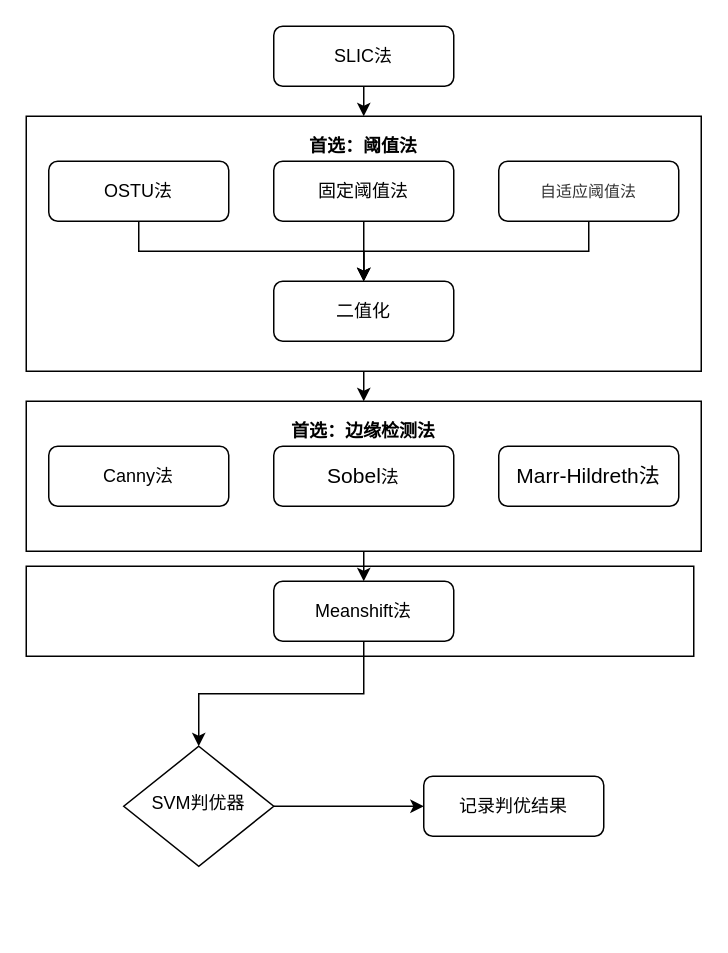
kuirh/xmldaotu keeps this draw.io diagram as 二值化.drawio. Above is the earlier version. Source tidied: cells renumbered, new cells numbered last; positions are measured from the earlier drawing's top-left corner, leaving out a move shared by most shapes. Both pictures are drawn from the tidied source at 150%, with x=0, y=0 at pixel (26, 26).
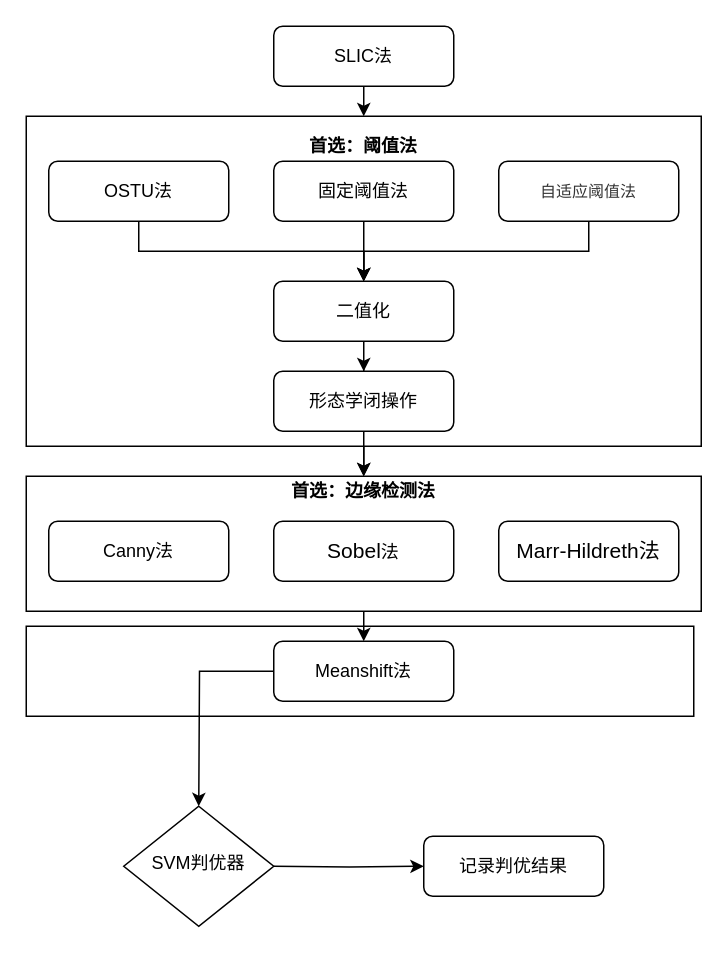
The same diagram, later.

Unchanged cells that the change refers to:
```xml
<mxCell id="8" value="二值化" style="rounded=1;whiteSpace=wrap;html=1;fontSize=12;glass=0;strokeWidth=1;shadow=0;" parent="1" vertex="1">
  <mxGeometry x="165" y="170" width="120" height="40" as="geometry" />
</mxCell>
```

Change to the diagram source:
```diff
@@
     <mxCell id="2" style="rounded=0;whiteSpace=wrap;html=1;" parent="1" vertex="1">
-      <mxGeometry y="360" width="445" height="60" as="geometry" />
+      <mxGeometry y="400" width="445" height="60" as="geometry" />
     </mxCell>
@@
     <mxCell id="4" style="rounded=0;whiteSpace=wrap;html=1;" parent="1" vertex="1">
-      <mxGeometry y="250" width="450" height="100" as="geometry" />
+      <mxGeometry y="300" width="450" height="90" as="geometry" />
     </mxCell>
-    <mxCell id="5" style="edgeStyle=orthogonalEdgeStyle;rounded=0;jettySize=auto;html=1;exitX=0.5;exitY=1;exitDx=0;exitDy=0;entryX=0.5;entryY=0;entryDx=0;entryDy=0;" parent="1" edge="1" source="6" target="4">
+    <mxCell id="5" style="edgeStyle=orthogonalEdgeStyle;rounded=0;jettySize=auto;html=1;exitX=0.5;exitY=1;exitDx=0;exitDy=0;entryX=0.5;entryY=0;entryDx=0;entryDy=0;" parent="1" edge="1" source="28" target="4">
       <mxGeometry relative="1" as="geometry" />
     </mxCell>
     <mxCell id="6" style="rounded=0;whiteSpace=wrap;html=1;" parent="1" vertex="1">
-      <mxGeometry y="60" width="450" height="170" as="geometry" />
+      <mxGeometry y="60" width="450" height="220" as="geometry" />
     </mxCell>
     <mxCell id="7" value="&lt;p class=&quot;MsoNormal&quot;&gt;&lt;span style=&quot;font-size: 10.5000pt&quot;&gt;&lt;font face=&quot;Calibri&quot;&gt;Marr-Hildreth法&lt;/font&gt;&lt;/span&gt;&lt;/p&gt;" style="rounded=1;whiteSpace=wrap;html=1;fontSize=12;glass=0;strokeWidth=1;shadow=0;" parent="1" vertex="1">
-      <mxGeometry x="315" y="280" width="120" height="40" as="geometry" />
+      <mxGeometry x="315" y="330" width="120" height="40" as="geometry" />
     </mxCell>
+    <mxCell id="26" style="edgeStyle=orthogonalEdgeStyle;rounded=0;jettySize=auto;html=1;exitX=0.5;exitY=1;exitDx=0;exitDy=0;" parent="1" edge="1" source="8" target="28">
+      <mxGeometry relative="1" as="geometry" />
+    </mxCell>
@@
-    <mxCell id="9" style="edgeStyle=orthogonalEdgeStyle;rounded=0;jettySize=auto;html=1;exitX=1;exitY=0.5;exitDx=0;exitDy=0;" parent="1" edge="1" source="10" target="25">
-      <mxGeometry relative="1" as="geometry" />
+    <mxCell id="9" style="edgeStyle=orthogonalEdgeStyle;rounded=0;jettySize=auto;html=1;exitX=1;exitY=0.5;exitDx=0;exitDy=0;" parent="1" edge="1" target="25">
+      <mxGeometry relative="1" as="geometry">
+        <mxPoint x="165" y="560" as="sourcePoint" />
+      </mxGeometry>
     </mxCell>
     <mxCell id="10" value="SVM判优器" style="rhombus;whiteSpace=wrap;html=1;shadow=0;fontFamily=Helvetica;fontSize=12;align=center;strokeWidth=1;spacing=6;spacingTop=-4;" parent="1" vertex="1">
-      <mxGeometry x="65" y="480" width="100" height="80" as="geometry" />
+      <mxGeometry x="65" y="520" width="100" height="80" as="geometry" />
     </mxCell>
@@
-    <mxCell id="19" style="edgeStyle=orthogonalEdgeStyle;rounded=0;jettySize=auto;html=1;entryX=0.5;entryY=0;entryDx=0;entryDy=0;" parent="1" edge="1" source="20" target="10">
-      <mxGeometry relative="1" as="geometry" />
+    <mxCell id="19" style="edgeStyle=orthogonalEdgeStyle;rounded=0;jettySize=auto;html=1;entryX=0.5;entryY=0;entryDx=0;entryDy=0;" parent="1" edge="1" source="20">
+      <mxGeometry relative="1" as="geometry">
+        <mxPoint x="115" y="520" as="targetPoint" />
+      </mxGeometry>
     </mxCell>
     <mxCell id="20" value="Meanshift法" style="rounded=1;whiteSpace=wrap;html=1;fontSize=12;glass=0;strokeWidth=1;shadow=0;" parent="1" vertex="1">
-      <mxGeometry x="165" y="370" width="120" height="40" as="geometry" />
+      <mxGeometry x="165" y="410" width="120" height="40" as="geometry" />
     </mxCell>
     <mxCell id="21" value="Canny法" style="rounded=1;whiteSpace=wrap;html=1;fontSize=12;glass=0;strokeWidth=1;shadow=0;" parent="1" vertex="1">
-      <mxGeometry x="15" y="280" width="120" height="40" as="geometry" />
+      <mxGeometry x="15" y="330" width="120" height="40" as="geometry" />
     </mxCell>
     <mxCell id="22" value="&lt;span style=&quot;font-family: &amp;#34;calibri&amp;#34; ; font-size: 10.5pt&quot;&gt;Sobel&lt;/span&gt;法" style="rounded=1;whiteSpace=wrap;html=1;fontSize=12;glass=0;strokeWidth=1;shadow=0;" parent="1" vertex="1">
-      <mxGeometry x="165" y="280" width="120" height="40" as="geometry" />
+      <mxGeometry x="165" y="330" width="120" height="40" as="geometry" />
     </mxCell>
@@
     <mxCell id="24" value="&lt;b&gt;首选：边缘检测法&lt;/b&gt;" style="text;html=1;strokeColor=none;fillColor=none;align=center;verticalAlign=middle;whiteSpace=wrap;rounded=0;" parent="1" vertex="1">
-      <mxGeometry x="175" y="260" width="100" height="20" as="geometry" />
+      <mxGeometry x="175" y="300" width="100" height="20" as="geometry" />
     </mxCell>
     <mxCell id="25" value="记录判优结果" style="rounded=1;whiteSpace=wrap;html=1;fontSize=12;glass=0;strokeWidth=1;shadow=0;" parent="1" vertex="1">
-      <mxGeometry x="265" y="500" width="120" height="40" as="geometry" />
+      <mxGeometry x="265" y="540" width="120" height="40" as="geometry" />
     </mxCell>
+    <mxCell id="27" style="edgeStyle=orthogonalEdgeStyle;rounded=0;jettySize=auto;html=1;exitX=0.5;exitY=1;exitDx=0;exitDy=0;entryX=0.5;entryY=0;entryDx=0;entryDy=0;" parent="1" edge="1" source="28" target="24">
+      <mxGeometry relative="1" as="geometry" />
+    </mxCell>
+    <mxCell id="28" value="形态学闭操作" style="rounded=1;whiteSpace=wrap;html=1;fontSize=12;glass=0;strokeWidth=1;shadow=0;" parent="1" vertex="1">
+      <mxGeometry x="165" y="230" width="120" height="40" as="geometry" />
+    </mxCell>
```
